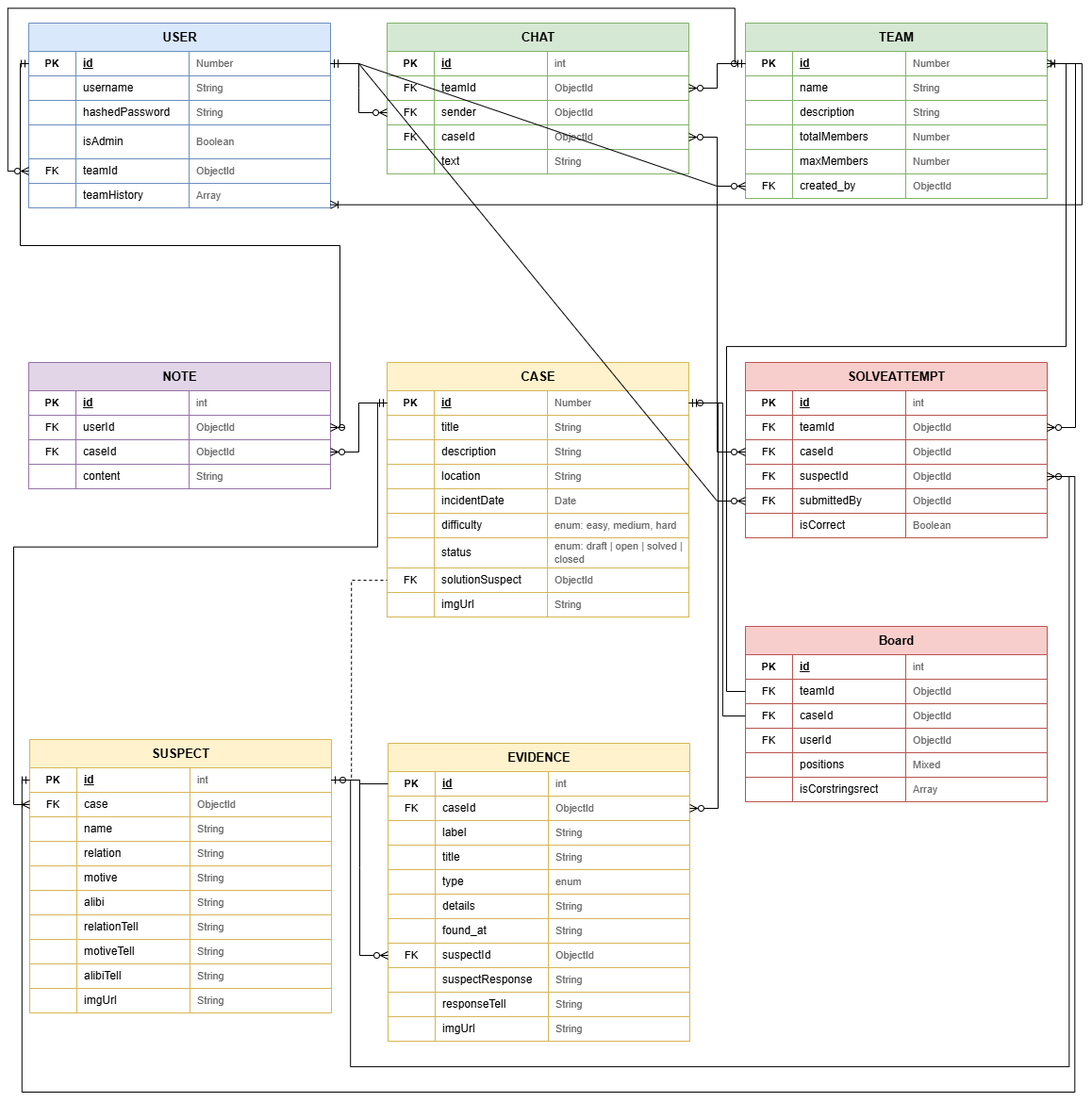
FatimaAlsakin/project3-frontend keeps this draw.io diagram as assets/EDR.drawio.png. Above is the earlier version. Source tidied: cells renumbered, new cells last; positions are measured from the earlier drawing's top-left corner, leaving out a move shared by most shapes.
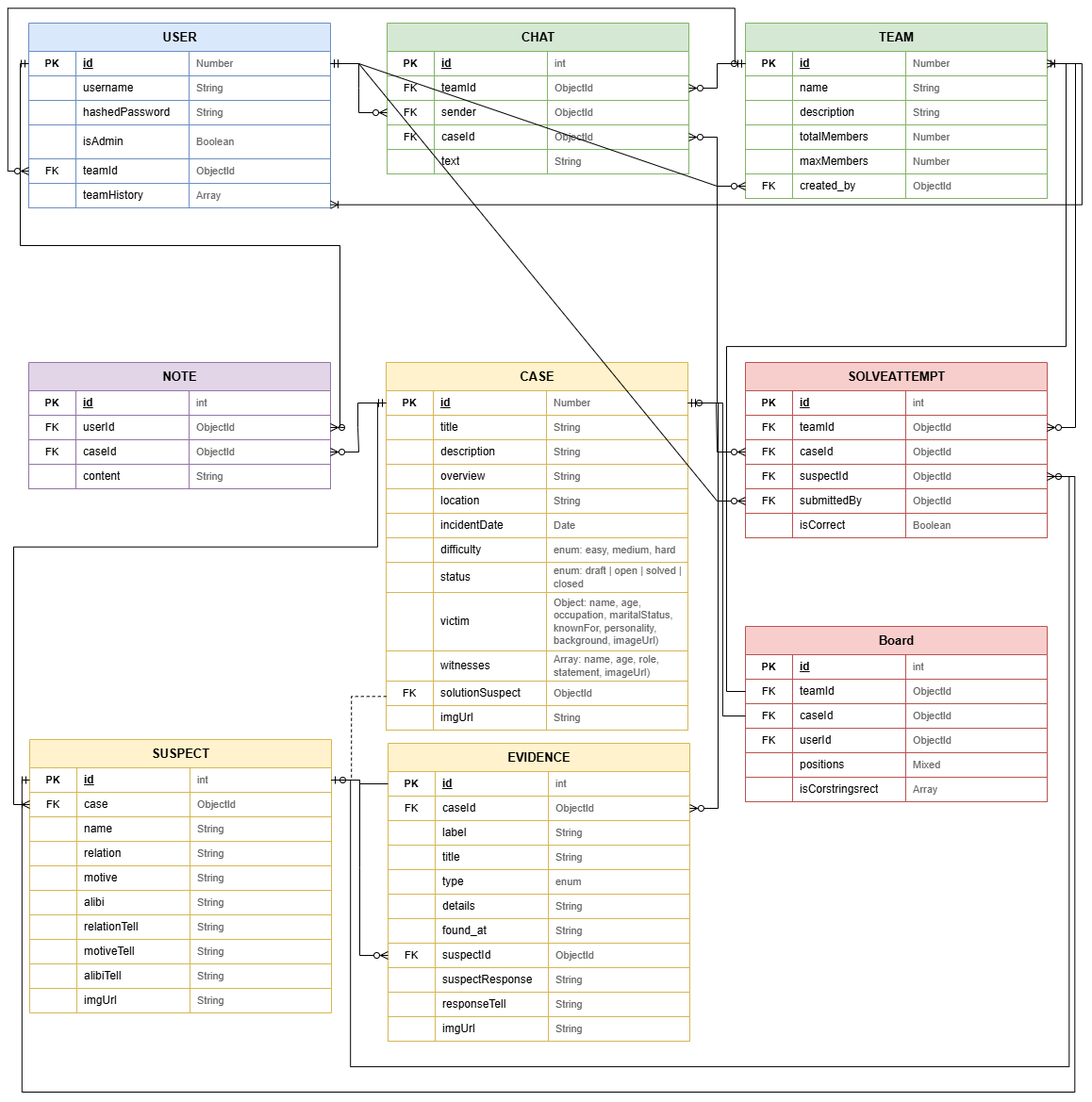
The same diagram one commit later.

Diff of the diagram source:
```diff
@@ -204,7 +204,7 @@
       <mxGeometry x="170" width="150" height="26" as="geometry" />
     </mxCell>
     <mxCell id="69" value="CASE" style="shape=table;startSize=30;rowLines=1;fontStyle=1;align=center;html=1;fillColor=#fff2cc;strokeColor=#d6b656;fontSize=13;" parent="1" vertex="1">
-      <mxGeometry x="402" y="376" width="320" height="270" as="geometry" />
+      <mxGeometry x="401" y="376" width="320" height="390" as="geometry" />
     </mxCell>
     <mxCell id="70" style="shape=tableRow;horizontal=0;startSize=0;swimlaneHead=0;swimlaneBody=0;fillColor=none;points=[[0,0.5],[1,0.5]];portConstraint=eastwest;top=0;left=0;right=0;bottom=1;strokeColor=#d6b656;" parent="69" vertex="1">
       <mxGeometry y="30" width="320" height="26" as="geometry" />
@@ -242,8 +242,20 @@
     <mxCell id="81" value="String" style="shape=partialRectangle;fillColor=none;top=0;left=0;bottom=0;right=0;align=left;spacingLeft=6;fontColor=#666666;overflow=hidden;whiteSpace=wrap;html=1;fontSize=11;" parent="78" vertex="1">
       <mxGeometry x="170" width="150" height="26" as="geometry" />
     </mxCell>
+    <mxCell id="283" style="shape=tableRow;horizontal=0;startSize=0;swimlaneHead=0;swimlaneBody=0;fillColor=none;top=0;left=0;right=0;bottom=1;strokeColor=#d6b656;" parent="69" vertex="1">
+      <mxGeometry y="108" width="320" height="26" as="geometry" />
+    </mxCell>
+    <mxCell id="284" style="shape=partialRectangle;fillColor=none;top=0;left=0;bottom=0;right=0;overflow=hidden;whiteSpace=wrap;html=1;fontSize=11;" parent="283" vertex="1">
+      <mxGeometry width="50" height="26" as="geometry" />
+    </mxCell>
+    <mxCell id="285" value="overview" style="shape=partialRectangle;fillColor=none;top=0;left=0;bottom=0;right=0;align=left;spacingLeft=6;overflow=hidden;whiteSpace=wrap;html=1;fontSize=12;" parent="283" vertex="1">
+      <mxGeometry x="50" width="120" height="26" as="geometry" />
+    </mxCell>
+    <mxCell id="286" value="String" style="shape=partialRectangle;fillColor=none;top=0;left=0;bottom=0;right=0;align=left;spacingLeft=6;fontColor=#666666;overflow=hidden;whiteSpace=wrap;html=1;fontSize=11;" parent="283" vertex="1">
+      <mxGeometry x="170" width="150" height="26" as="geometry" />
+    </mxCell>
     <mxCell id="82" style="shape=tableRow;horizontal=0;startSize=0;swimlaneHead=0;swimlaneBody=0;fillColor=none;top=0;left=0;right=0;bottom=1;strokeColor=#d6b656;" parent="69" vertex="1">
-      <mxGeometry y="108" width="320" height="26" as="geometry" />
+      <mxGeometry y="134" width="320" height="26" as="geometry" />
     </mxCell>
     <mxCell id="83" style="shape=partialRectangle;fillColor=none;top=0;left=0;bottom=0;right=0;overflow=hidden;whiteSpace=wrap;html=1;fontSize=11;" parent="82" vertex="1">
       <mxGeometry width="50" height="26" as="geometry" />
@@ -255,7 +267,7 @@
       <mxGeometry x="170" width="150" height="26" as="geometry" />
     </mxCell>
     <mxCell id="86" style="shape=tableRow;horizontal=0;startSize=0;swimlaneHead=0;swimlaneBody=0;fillColor=none;top=0;left=0;right=0;bottom=1;strokeColor=#d6b656;" parent="69" vertex="1">
-      <mxGeometry y="134" width="320" height="26" as="geometry" />
+      <mxGeometry y="160" width="320" height="26" as="geometry" />
     </mxCell>
     <mxCell id="87" style="shape=partialRectangle;fillColor=none;top=0;left=0;bottom=0;right=0;overflow=hidden;whiteSpace=wrap;html=1;fontSize=11;" parent="86" vertex="1">
       <mxGeometry width="50" height="26" as="geometry" />
@@ -267,7 +279,7 @@
       <mxGeometry x="170" width="150" height="26" as="geometry" />
     </mxCell>
     <mxCell id="90" style="shape=tableRow;horizontal=0;startSize=0;swimlaneHead=0;swimlaneBody=0;fillColor=none;top=0;left=0;right=0;bottom=1;strokeColor=#d6b656;" parent="69" vertex="1">
-      <mxGeometry y="160" width="320" height="26" as="geometry" />
+      <mxGeometry y="186" width="320" height="26" as="geometry" />
     </mxCell>
     <mxCell id="91" style="shape=partialRectangle;fillColor=none;top=0;left=0;bottom=0;right=0;overflow=hidden;whiteSpace=wrap;html=1;fontSize=11;" parent="90" vertex="1">
       <mxGeometry width="50" height="26" as="geometry" />
@@ -279,7 +291,7 @@
       <mxGeometry x="170" width="150" height="26" as="geometry" />
     </mxCell>
     <mxCell id="94" style="shape=tableRow;horizontal=0;startSize=0;swimlaneHead=0;swimlaneBody=0;fillColor=none;top=0;left=0;right=0;bottom=1;strokeColor=#d6b656;" parent="69" vertex="1">
-      <mxGeometry y="186" width="320" height="32" as="geometry" />
+      <mxGeometry y="212" width="320" height="32" as="geometry" />
     </mxCell>
     <mxCell id="95" style="shape=partialRectangle;fillColor=none;top=0;left=0;bottom=0;right=0;overflow=hidden;whiteSpace=wrap;html=1;fontSize=11;" parent="94" vertex="1">
       <mxGeometry width="50" height="32" as="geometry" />
@@ -290,8 +302,32 @@
     <mxCell id="97" value="enum: draft | open | solved | closed" style="shape=partialRectangle;fillColor=none;top=0;left=0;bottom=0;right=0;align=left;spacingLeft=6;fontColor=#666666;overflow=hidden;whiteSpace=wrap;html=1;fontSize=11;" parent="94" vertex="1">
       <mxGeometry x="170" width="150" height="32" as="geometry" />
     </mxCell>
+    <mxCell id="287" style="shape=tableRow;horizontal=0;startSize=0;swimlaneHead=0;swimlaneBody=0;fillColor=none;top=0;left=0;right=0;bottom=1;strokeColor=#d6b656;" parent="69" vertex="1">
+      <mxGeometry y="244" width="320" height="62" as="geometry" />
+    </mxCell>
+    <mxCell id="288" style="shape=partialRectangle;fillColor=none;top=0;left=0;bottom=0;right=0;overflow=hidden;whiteSpace=wrap;html=1;fontSize=11;" parent="287" vertex="1">
+      <mxGeometry width="50" height="62" as="geometry" />
+    </mxCell>
+    <mxCell id="289" value="victim&amp;nbsp;" style="shape=partialRectangle;fillColor=none;top=0;left=0;bottom=0;right=0;align=left;spacingLeft=6;overflow=hidden;whiteSpace=wrap;html=1;fontSize=12;" parent="287" vertex="1">
+      <mxGeometry x="50" width="120" height="62" as="geometry" />
+    </mxCell>
+    <mxCell id="290" value="Object: name, age, occupation, maritalStatus, knownFor, personality, background, imageUrl)" style="shape=partialRectangle;fillColor=none;top=0;left=0;bottom=0;right=0;align=left;spacingLeft=6;fontColor=#666666;overflow=hidden;whiteSpace=wrap;html=1;fontSize=11;" parent="287" vertex="1">
+      <mxGeometry x="170" width="150" height="62" as="geometry" />
+    </mxCell>
+    <mxCell id="291" style="shape=tableRow;horizontal=0;startSize=0;swimlaneHead=0;swimlaneBody=0;fillColor=none;top=0;left=0;right=0;bottom=1;strokeColor=#d6b656;" parent="69" vertex="1">
+      <mxGeometry y="306" width="320" height="32" as="geometry" />
+    </mxCell>
+    <mxCell id="292" style="shape=partialRectangle;fillColor=none;top=0;left=0;bottom=0;right=0;overflow=hidden;whiteSpace=wrap;html=1;fontSize=11;" parent="291" vertex="1">
+      <mxGeometry width="50" height="32" as="geometry" />
+    </mxCell>
+    <mxCell id="293" value="witnesses&amp;nbsp;" style="shape=partialRectangle;fillColor=none;top=0;left=0;bottom=0;right=0;align=left;spacingLeft=6;overflow=hidden;whiteSpace=wrap;html=1;fontSize=12;" parent="291" vertex="1">
+      <mxGeometry x="50" width="120" height="32" as="geometry" />
+    </mxCell>
+    <mxCell id="294" value="Array: name, age, role, statement, imageUrl)" style="shape=partialRectangle;fillColor=none;top=0;left=0;bottom=0;right=0;align=left;spacingLeft=6;fontColor=#666666;overflow=hidden;whiteSpace=wrap;html=1;fontSize=11;" parent="291" vertex="1">
+      <mxGeometry x="170" width="150" height="32" as="geometry" />
+    </mxCell>
     <mxCell id="98" style="shape=tableRow;horizontal=0;startSize=0;swimlaneHead=0;swimlaneBody=0;fillColor=none;points=[[0,0.5],[1,0.5]];portConstraint=eastwest;top=0;left=0;right=0;bottom=1;strokeColor=#d6b656;" parent="69" vertex="1">
-      <mxGeometry y="218" width="320" height="26" as="geometry" />
+      <mxGeometry y="338" width="320" height="26" as="geometry" />
     </mxCell>
     <mxCell id="99" value="FK" style="shape=partialRectangle;fillColor=none;top=0;left=0;bottom=0;right=0;overflow=hidden;whiteSpace=wrap;html=1;fontSize=11;" parent="98" vertex="1">
       <mxGeometry width="50" height="26" as="geometry" />
@@ -303,7 +339,7 @@
       <mxGeometry x="170" width="150" height="26" as="geometry" />
     </mxCell>
     <mxCell id="102" style="shape=tableRow;horizontal=0;startSize=0;swimlaneHead=0;swimlaneBody=0;fillColor=none;top=0;left=0;right=0;bottom=1;strokeColor=#d6b656;" parent="69" vertex="1">
-      <mxGeometry y="244" width="320" height="26" as="geometry" />
+      <mxGeometry y="364" width="320" height="26" as="geometry" />
     </mxCell>
     <mxCell id="103" style="shape=partialRectangle;fillColor=none;top=0;left=0;bottom=0;right=0;overflow=hidden;whiteSpace=wrap;html=1;fontSize=11;" parent="102" vertex="1">
       <mxGeometry width="50" height="26" as="geometry" />
@@ -780,11 +816,12 @@
         </Array>
       </mxGeometry>
     </mxCell>
-    <mxCell id="252" style="edgeStyle=orthogonalEdgeStyle;fontSize=10;html=1;endArrow=none;startArrow=none;endFill=0;startFill=0;rounded=0;labelBackgroundColor=#ffffff;fontColor=#555555;dashed=1;" parent="1" edge="1" source="128" target="98">
-      <mxGeometry relative="1" as="geometry">
+    <mxCell id="252" style="edgeStyle=orthogonalEdgeStyle;fontSize=10;html=1;endArrow=none;startArrow=none;endFill=0;startFill=0;rounded=0;labelBackgroundColor=#ffffff;fontColor=#555555;dashed=1;entryX=0;entryY=0.5;entryDx=0;entryDy=0;" parent="1" edge="1" source="128" target="98">
+      <mxGeometry x="0.49" relative="1" as="geometry">
         <Array as="points">
           <mxPoint x="364.2" y="819" />
-          <mxPoint x="364.2" y="607" />
+          <mxPoint x="364.2" y="730.3" />
+          <mxPoint x="401" y="730.3" />
         </Array>
       </mxGeometry>
     </mxCell>
```
